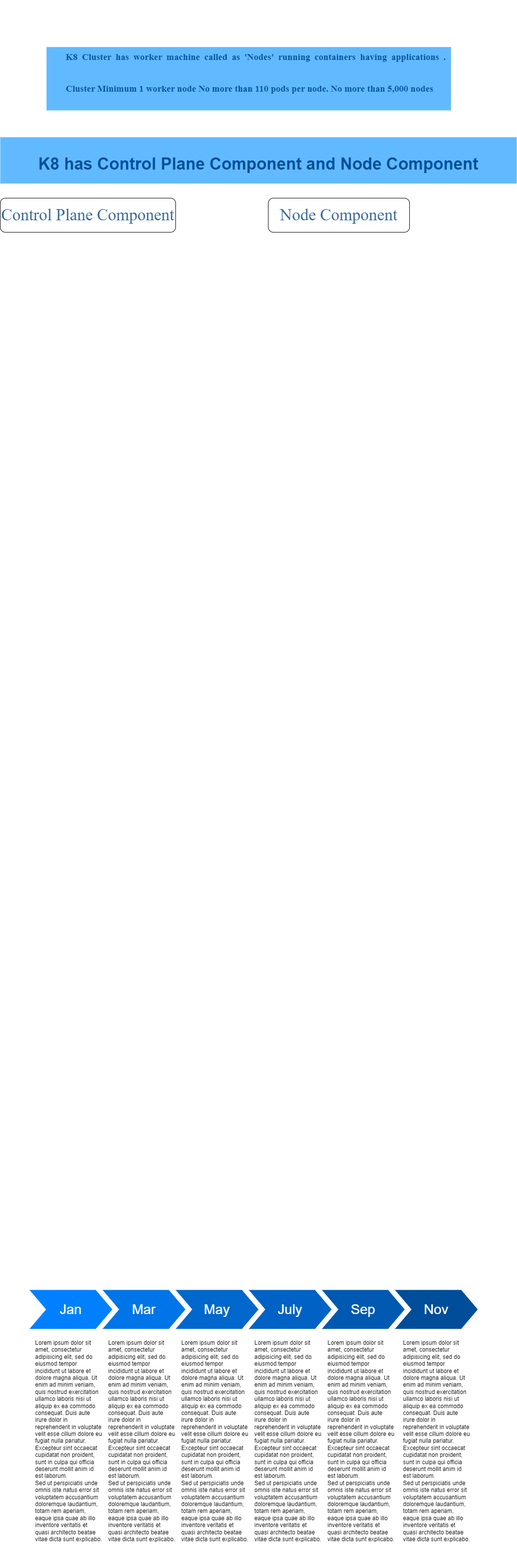
Before: k8 components.drawio.png, a diagram exported from draw.io (zagianp/website1). Source tidied: cells renumbered, new cells last; positions are measured from the earlier drawing's top-left corner, leaving out a move shared by most shapes.
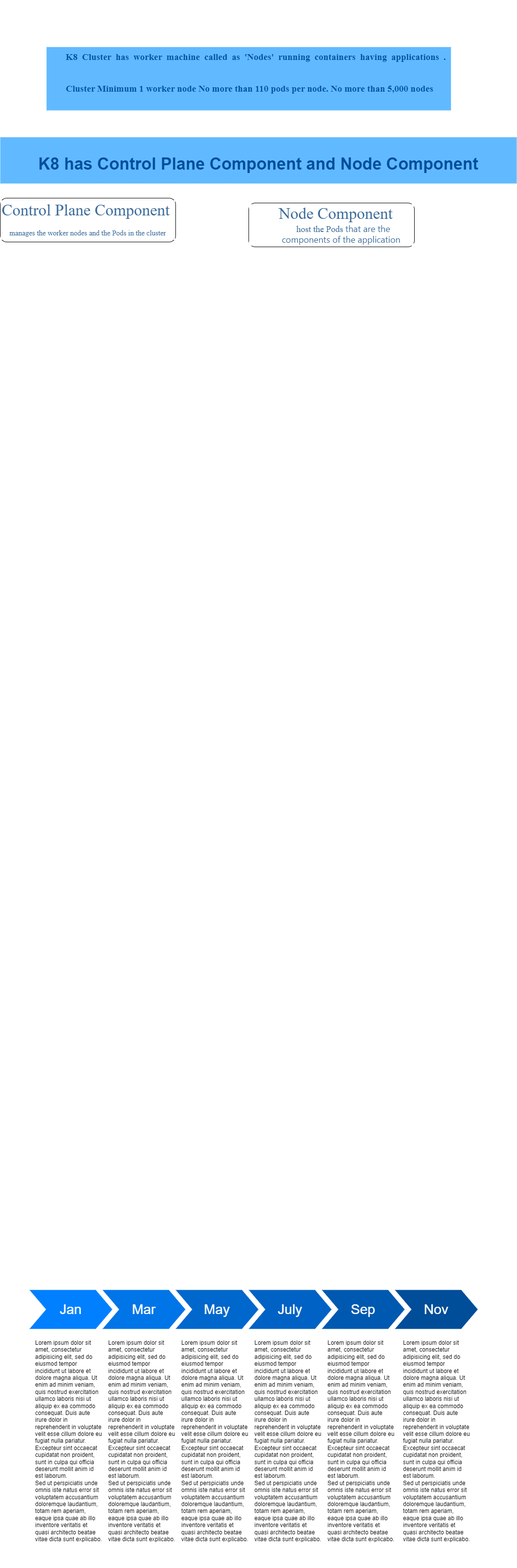
Later version of the same file.

Diff of the diagram source:
```diff
@@ -44,11 +44,11 @@
     <mxCell id="15" value="&lt;p style=&quot;line-height: 50%;&quot;&gt;&lt;/p&gt;&lt;blockquote style=&quot;margin: 0 0 0 40px; border: none; padding: 0px;&quot;&gt;&lt;h4 style=&quot;text-align: justify;&quot;&gt;&lt;font face=&quot;Times New Roman&quot; style=&quot;font-size: 19px;&quot;&gt;K8 Cluster has worker machine called as 'Nodes' running containers having applications . Cluster Minimum 1 worker node&amp;nbsp;No more than 110 pods per node. No more than 5,000 nodes&lt;/font&gt;&lt;/h4&gt;&lt;/blockquote&gt;&lt;br&gt;&lt;p&gt;&lt;/p&gt;" style="text;html=1;strokeColor=none;fillColor=#61BAFF;align=center;verticalAlign=middle;whiteSpace=wrap;fontSize=54;fontStyle=1;fontColor=#004D99;spacing=1;spacingRight=10;spacingBottom=-68;spacingTop=2;" parent="1" vertex="1">
       <mxGeometry x="95" width="830" height="130" as="geometry" />
     </mxCell>
-    <mxCell id="16" value="Control Plane Component" style="rounded=1;whiteSpace=wrap;html=1;fontFamily=Times New Roman;fontSize=34;fontColor=#3a6a98;labelBackgroundColor=default;" parent="1" vertex="1">
-      <mxGeometry y="310" width="360" height="70" as="geometry" />
+    <mxCell id="16" value="&lt;font style=&quot;font-size: 33px;&quot;&gt;Control Plane Component&amp;nbsp;&lt;/font&gt; &lt;font style=&quot;font-size: 15px;&quot;&gt;manages the worker nodes and the Pods in the cluster&lt;/font&gt;" style="rounded=1;whiteSpace=wrap;html=1;fontFamily=Times New Roman;fontSize=34;fontColor=#3a6a98;labelBackgroundColor=default;" parent="1" vertex="1">
+      <mxGeometry y="310" width="360" height="90" as="geometry" />
     </mxCell>
-    <mxCell id="17" value="Node Component" style="rounded=1;whiteSpace=wrap;html=1;fontFamily=Times New Roman;fontSize=34;fontColor=#3a6a98;labelBackgroundColor=default;" parent="1" vertex="1">
-      <mxGeometry x="550" y="310" width="290" height="70" as="geometry" />
+    <mxCell id="17" value="&lt;blockquote style=&quot;margin: 0px 0px 0px 40px; border: none; padding: 0px;&quot;&gt;&lt;div style=&quot;&quot;&gt;&lt;font style=&quot;font-size: 33px;&quot;&gt;Node Component&lt;/font&gt;&lt;font style=&quot;font-size: 18px;&quot;&gt;&amp;nbsp; &amp;nbsp; &amp;nbsp; &amp;nbsp;&amp;nbsp;&lt;/font&gt;&lt;font style=&quot;font-size: 18px;&quot;&gt;host the&amp;nbsp;Pods&amp;nbsp;&lt;font color=&quot;#3a6a98&quot; style=&quot;font-size: 18px;&quot;&gt;&lt;span style=&quot;font-family: &amp;quot;open sans&amp;quot;, -apple-system, BlinkMacSystemFont, &amp;quot;segoe ui&amp;quot;, Roboto, &amp;quot;helvetica neue&amp;quot;, Arial, sans-serif, &amp;quot;apple color emoji&amp;quot;, &amp;quot;segoe ui emoji&amp;quot;, &amp;quot;segoe ui symbol&amp;quot;; font-size: 18px;&quot;&gt;that are the components of the application&lt;/span&gt;&lt;/font&gt;&lt;/font&gt;&lt;br style=&quot;font-size: 18px;&quot;&gt;&lt;/div&gt;&lt;/blockquote&gt;" style="rounded=1;whiteSpace=wrap;html=1;fontFamily=Times New Roman;fontSize=18;fontColor=#3a6a98;labelBackgroundColor=default;" parent="1" vertex="1">
+      <mxGeometry x="510" y="320" width="340" height="90" as="geometry" />
     </mxCell>
   </root>
 </mxGraphModel>
```
